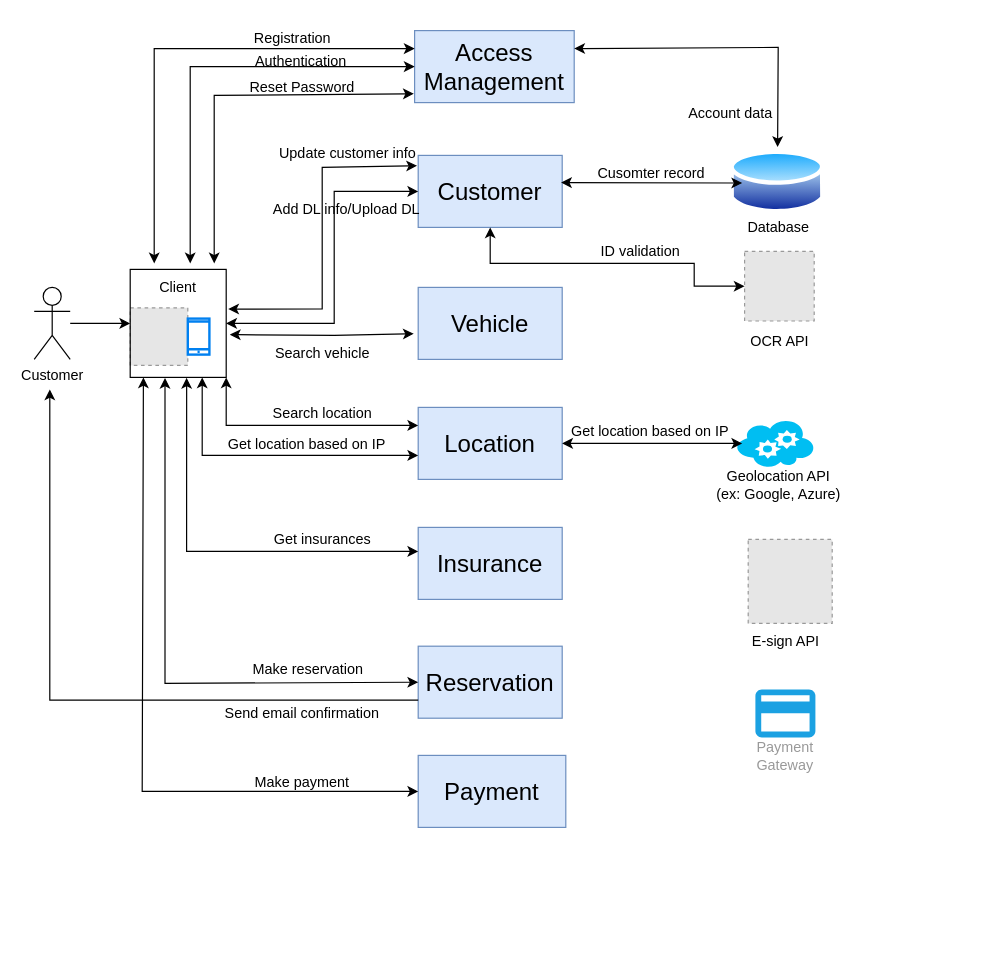
The draw.io diagram page "Microservices diagram" (5 of 5) of OnlineCarReservaction.drawio in nguyenha1311/ha-diagrams, before the edit. Source tidied: cells renumbered, new cells numbered last; positions are measured from the earlier drawing's top-left corner, leaving out a move shared by most shapes. Both pictures are drawn from the tidied source at 120%, with x=0, y=0 at pixel (34, 20). Pictures stored in the file or linked from it are replaced by grey dashed boxes.
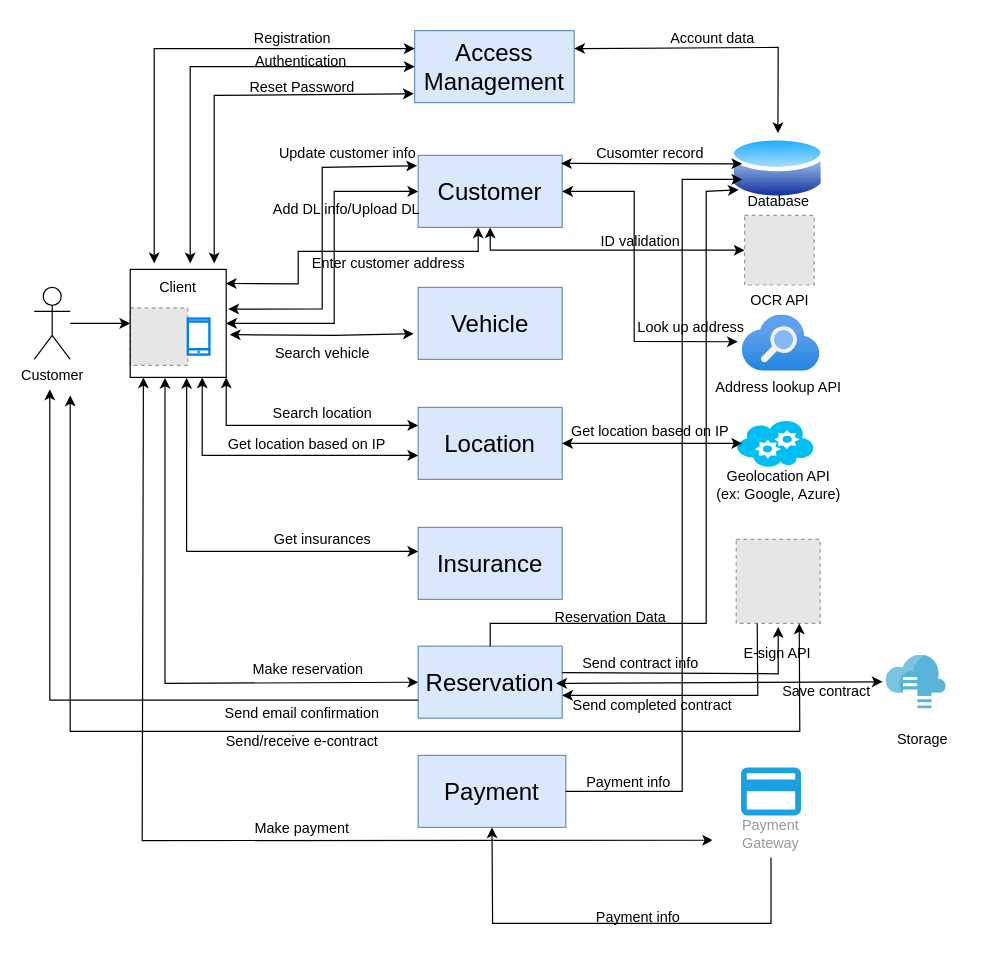
After the change.

Unchanged cells that the change refers to:
```xml
<mxCell id="2" value="&lt;font style=&quot;font-size: 20px;&quot;&gt;Customer&lt;/font&gt;" style="rounded=0;whiteSpace=wrap;html=1;fillColor=#dae8fc;strokeColor=#6c8ebf;" parent="1" vertex="1">
  <mxGeometry x="320" y="112" width="120" height="60" as="geometry" />
</mxCell>
<mxCell id="6" value="&lt;font style=&quot;font-size: 20px;&quot;&gt;Reservation&lt;/font&gt;" style="rounded=0;whiteSpace=wrap;html=1;fillColor=#dae8fc;strokeColor=#6c8ebf;" parent="1" vertex="1">
  <mxGeometry x="320" y="521" width="120" height="60" as="geometry" />
</mxCell>
<mxCell id="8" value="&lt;font style=&quot;font-size: 20px;&quot;&gt;Payment&lt;/font&gt;" style="rounded=0;whiteSpace=wrap;html=1;fillColor=#dae8fc;strokeColor=#6c8ebf;" parent="1" vertex="1">
  <mxGeometry x="320" y="612" width="123" height="60" as="geometry" />
</mxCell>
<mxCell id="13" style="rounded=0;whiteSpace=wrap;html=1;labelBackgroundColor=#FFFFFF;strokeColor=default;fillColor=none;" parent="10" vertex="1">
  <mxGeometry width="80" height="90" as="geometry" />
</mxCell>
```

What changed in the source:
```diff
@@
+    <mxCell id="28" style="endArrow=classic;startArrow=classic;html=1;rounded=0;labelBackgroundColor=#FFCC99;elbow=vertical;entryX=0;entryY=0.5;entryDx=0;entryDy=0;exitX=1;exitY=0.5;exitDx=0;exitDy=0;" parent="1" edge="1" source="13" target="2">
+      <mxGeometry relative="1" as="geometry">
+        <Array as="points">
+          <mxPoint x="250" y="252" />
+          <mxPoint x="250" y="192" />
+          <mxPoint x="250" y="142" />
+        </Array>
+      </mxGeometry>
+    </mxCell>
+    <mxCell id="26" style="endArrow=classic;startArrow=classic;html=1;rounded=0;labelBackgroundColor=#FFCC99;elbow=vertical;entryX=-0.008;entryY=0.144;entryDx=0;entryDy=0;exitX=1.021;exitY=0.367;exitDx=0;exitDy=0;exitPerimeter=0;entryPerimeter=0;" parent="1" edge="1" source="13" target="2">
+      <mxGeometry relative="1" as="geometry">
+        <Array as="points">
+          <mxPoint x="240" y="240" />
+          <mxPoint x="240" y="122" />
+        </Array>
+      </mxGeometry>
+    </mxCell>
+    <mxCell id="58" style="endArrow=classic;startArrow=classic;html=1;rounded=0;labelBackgroundColor=#FFCC99;elbow=vertical;exitX=0.996;exitY=0.13;exitDx=0;exitDy=0;exitPerimeter=0;" parent="1" edge="1" source="13">
+      <mxGeometry relative="1" as="geometry">
+        <mxPoint x="370" y="172" as="targetPoint" />
+        <Array as="points">
+          <mxPoint x="220" y="219" />
+          <mxPoint x="220" y="192" />
+          <mxPoint x="370" y="192" />
+        </Array>
+      </mxGeometry>
+    </mxCell>
@@
     <mxCell id="22" style="perimeter=ellipsePerimeter;html=1;align=center;shadow=0;dashed=0;spacingTop=3;image;image=img/lib/active_directory/database.svg;labelBackgroundColor=#FFFFFF;strokeColor=default;fillColor=none;" parent="1" vertex="1">
-      <mxGeometry x="580" y="105" width="79" height="58.5" as="geometry" />
+      <mxGeometry x="580" y="93.5" width="79.5" height="58.9" as="geometry" />
     </mxCell>
     <mxCell id="23" value="Database" style="text;html=1;align=center;verticalAlign=middle;points=[];strokeColor=none;fillColor=none;" parent="1" vertex="1">
-      <mxGeometry x="585" y="157" width="70" height="30" as="geometry" />
+      <mxGeometry x="585" y="136" width="70" height="30" as="geometry" />
     </mxCell>
@@
     <mxCell id="25" value="Account data" style="text;html=1;align=center;verticalAlign=middle;strokeColor=none;fillColor=none;" parent="1" vertex="1">
-      <mxGeometry x="535" y="62" width="90" height="30" as="geometry" />
+      <mxGeometry x="520" width="90" height="30" as="geometry" />
     </mxCell>
-    <mxCell id="26" style="endArrow=classic;startArrow=classic;html=1;rounded=0;labelBackgroundColor=#FFCC99;elbow=vertical;entryX=-0.008;entryY=0.144;entryDx=0;entryDy=0;exitX=1.021;exitY=0.367;exitDx=0;exitDy=0;exitPerimeter=0;entryPerimeter=0;" parent="1" edge="1" source="13" target="2">
-      <mxGeometry relative="1" as="geometry">
-        <Array as="points">
-          <mxPoint x="240" y="240" />
-          <mxPoint x="240" y="122" />
-        </Array>
-      </mxGeometry>
-    </mxCell>
@@
-    <mxCell id="28" style="endArrow=classic;startArrow=classic;html=1;rounded=0;labelBackgroundColor=#FFCC99;elbow=vertical;entryX=0;entryY=0.5;entryDx=0;entryDy=0;exitX=1;exitY=0.5;exitDx=0;exitDy=0;" parent="1" edge="1" source="13" target="2">
-      <mxGeometry relative="1" as="geometry">
-        <Array as="points">
-          <mxPoint x="250" y="252" />
-          <mxPoint x="250" y="192" />
-          <mxPoint x="250" y="142" />
-        </Array>
-      </mxGeometry>
-    </mxCell>
@@
     <mxCell id="32" value="Cusomter record" style="text;html=1;align=center;verticalAlign=middle;strokeColor=none;fillColor=none;" parent="1" vertex="1">
-      <mxGeometry x="459" y="112" width="110" height="30" as="geometry" />
+      <mxGeometry x="458" y="96" width="110" height="30" as="geometry" />
     </mxCell>
@@
-    <mxCell id="45" style="endArrow=classic;startArrow=classic;html=1;rounded=0;labelBackgroundColor=#FFCC99;elbow=vertical;entryX=0;entryY=0.5;entryDx=0;entryDy=0;exitX=0.588;exitY=1.004;exitDx=0;exitDy=0;exitPerimeter=0;" parent="1" edge="1" target="8">
+    <mxCell id="45" style="endArrow=classic;startArrow=classic;html=1;rounded=0;labelBackgroundColor=#FFCC99;elbow=vertical;entryX=0.017;entryY=0.841;entryDx=0;entryDy=0;exitX=0.588;exitY=1.004;exitDx=0;exitDy=0;exitPerimeter=0;entryPerimeter=0;" parent="1" edge="1" target="49">
       <mxGeometry relative="1" as="geometry">
         <mxPoint x="91" y="297" as="sourcePoint" />
         <Array as="points">
-          <mxPoint x="90" y="642" />
+          <mxPoint x="90" y="683" />
         </Array>
       </mxGeometry>
     </mxCell>
     <mxCell id="46" value="Make payment" style="text;html=1;align=center;verticalAlign=middle;strokeColor=none;fillColor=none;" parent="1" vertex="1">
-      <mxGeometry x="173" y="620" width="100" height="30" as="geometry" />
+      <mxGeometry x="173" y="658" width="100" height="30" as="geometry" />
     </mxCell>
@@
     <mxCell id="49" value="Payment Gateway" style="strokeColor=none;shadow=1;strokeWidth=1;rounded=1;absoluteArcSize=1;arcSize=2;labelPosition=center;verticalLabelPosition=middle;align=center;verticalAlign=bottom;spacingLeft=0;fontColor=#999999;fontSize=12;whiteSpace=wrap;spacingBottom=2;labelBackgroundColor=#FFFFFF;fillColor=none;" parent="1" vertex="1">
-      <mxGeometry x="576" y="542" width="100" height="90" as="geometry" />
+      <mxGeometry x="564" y="607" width="100" height="90" as="geometry" />
     </mxCell>
@@
     <mxCell id="51" value="E-sign API" style="text;html=1;align=center;verticalAlign=middle;strokeColor=none;fillColor=none;" parent="1" vertex="1">
-      <mxGeometry x="586" y="502" width="80" height="30" as="geometry" />
+      <mxGeometry x="579" y="512" width="80" height="30" as="geometry" />
     </mxCell>
     <mxCell id="52" style="fillColor=#E6E6E6;strokeColor=#999999;dashed=1;verticalLabelPosition=bottom;labelBackgroundColor=default;verticalAlign=top;" parent="1" vertex="1">
-      <mxGeometry x="592" y="192" width="58" height="58" as="geometry" />
+      <mxGeometry x="592" y="162" width="58" height="58" as="geometry" />
     </mxCell>
     <mxCell id="53" style="fillColor=#E6E6E6;strokeColor=#999999;dashed=1;verticalLabelPosition=bottom;labelBackgroundColor=default;verticalAlign=top;" parent="1" vertex="1">
-      <mxGeometry x="595" y="432" width="70" height="70" as="geometry" />
+      <mxGeometry x="585" y="432" width="70" height="70" as="geometry" />
     </mxCell>
     <mxCell id="54" value="OCR API" style="text;html=1;align=center;verticalAlign=middle;strokeColor=none;fillColor=none;" parent="1" vertex="1">
-      <mxGeometry x="586" y="252" width="70" height="30" as="geometry" />
+      <mxGeometry x="586" y="218" width="70" height="30" as="geometry" />
     </mxCell>
-    <mxCell id="55" style="endArrow=classic;startArrow=classic;html=1;rounded=0;labelBackgroundColor=#FFCC99;elbow=vertical;exitX=0.992;exitY=0.378;exitDx=0;exitDy=0;exitPerimeter=0;" parent="1" edge="1" source="2">
+    <mxCell id="55" style="endArrow=classic;startArrow=classic;html=1;rounded=0;labelBackgroundColor=#FFCC99;elbow=vertical;exitX=0.992;exitY=0.378;exitDx=0;exitDy=0;exitPerimeter=0;" parent="1" edge="1">
       <mxGeometry relative="1" as="geometry">
-        <mxPoint x="590" y="135" as="targetPoint" />
+        <mxPoint x="439" y="118.7" as="sourcePoint" />
+        <mxPoint x="590" y="119" as="targetPoint" />
       </mxGeometry>
     </mxCell>
     <mxCell id="56" style="endArrow=classic;startArrow=classic;html=1;rounded=0;labelBackgroundColor=#FFCC99;elbow=vertical;entryX=0;entryY=0.5;entryDx=0;entryDy=0;exitX=0.5;exitY=1;exitDx=0;exitDy=0;" parent="1" edge="1" source="2" target="52">
       <mxGeometry relative="1" as="geometry">
         <Array as="points">
-          <mxPoint x="380" y="202" />
-          <mxPoint x="550" y="202" />
-          <mxPoint x="550" y="221" />
+          <mxPoint x="380" y="191" />
         </Array>
       </mxGeometry>
     </mxCell>
     <mxCell id="57" value="ID validation" style="text;html=1;align=center;verticalAlign=middle;strokeColor=none;fillColor=none;" parent="1" vertex="1">
-      <mxGeometry x="460" y="177" width="90" height="30" as="geometry" />
+      <mxGeometry x="460" y="169" width="90" height="30" as="geometry" />
     </mxCell>
+    <mxCell id="59" style="html=1;points=[];align=center;image;fontSize=12;image=img/lib/azure2/app_services/Search_Services.svg;labelBackgroundColor=#FFFFFF;strokeColor=default;fillColor=none;" parent="1" vertex="1">
+      <mxGeometry x="589.9" y="245" width="65.1" height="47" as="geometry" />
+    </mxCell>
+    <mxCell id="60" value="Address lookup API" style="text;html=1;align=center;verticalAlign=middle;strokeColor=none;fillColor=none;" parent="1" vertex="1">
+      <mxGeometry x="555" y="291" width="130" height="30" as="geometry" />
+    </mxCell>
+    <mxCell id="61" style="endArrow=classic;startArrow=classic;html=1;rounded=0;labelBackgroundColor=#FFCC99;elbow=vertical;exitX=1;exitY=0.5;exitDx=0;exitDy=0;entryX=-0.055;entryY=0.475;entryDx=0;entryDy=0;entryPerimeter=0;" parent="1" edge="1" source="2" target="59">
+      <mxGeometry relative="1" as="geometry">
+        <Array as="points">
+          <mxPoint x="500" y="142" />
+          <mxPoint x="500" y="267" />
+        </Array>
+      </mxGeometry>
+    </mxCell>
+    <mxCell id="62" value="Look up address" style="text;html=1;align=center;verticalAlign=middle;strokeColor=none;fillColor=none;" parent="1" vertex="1">
+      <mxGeometry x="491.5" y="241" width="110" height="30" as="geometry" />
+    </mxCell>
+    <mxCell id="63" value="Enter customer address" style="text;html=1;align=center;verticalAlign=middle;strokeColor=none;fillColor=none;" parent="1" vertex="1">
+      <mxGeometry x="220" y="187" width="150" height="30" as="geometry" />
+    </mxCell>
+    <mxCell id="64" style="endArrow=classic;startArrow=none;html=1;rounded=0;labelBackgroundColor=#FFCC99;elbow=vertical;exitX=1;exitY=0.5;exitDx=0;exitDy=0;startFill=0;" parent="1" edge="1" source="8">
+      <mxGeometry relative="1" as="geometry">
+        <mxPoint x="590" y="132" as="targetPoint" />
+        <Array as="points">
+          <mxPoint x="540" y="642" />
+          <mxPoint x="540" y="132" />
+        </Array>
+      </mxGeometry>
+    </mxCell>
+    <mxCell id="65" value="Payment info" style="text;html=1;align=center;verticalAlign=middle;strokeColor=none;fillColor=none;" parent="1" vertex="1">
+      <mxGeometry x="450" y="620" width="90" height="30" as="geometry" />
+    </mxCell>
+    <mxCell id="66" style="endArrow=none;startArrow=classic;html=1;rounded=0;labelBackgroundColor=#FFCC99;elbow=vertical;exitX=0.5;exitY=1;exitDx=0;exitDy=0;endFill=0;" parent="1" edge="1" source="8" target="49">
+      <mxGeometry relative="1" as="geometry">
+        <Array as="points">
+          <mxPoint x="382" y="752" />
+          <mxPoint x="614" y="752" />
+        </Array>
+      </mxGeometry>
+    </mxCell>
+    <mxCell id="67" style="edgeStyle=elbowEdgeStyle;rounded=0;orthogonalLoop=1;jettySize=auto;elbow=vertical;html=1;exitX=0;exitY=0.75;exitDx=0;exitDy=0;labelBackgroundColor=#FFCC99;startArrow=none;startFill=0;endArrow=none;endFill=0;" parent="1" edge="1" source="49" target="49">
+      <mxGeometry relative="1" as="geometry" />
+    </mxCell>
+    <mxCell id="68" value="Payment info" style="text;html=1;align=center;verticalAlign=middle;strokeColor=none;fillColor=none;" parent="1" vertex="1">
+      <mxGeometry x="458" y="732" width="90" height="30" as="geometry" />
+    </mxCell>
+    <mxCell id="69" style="endArrow=classic;html=1;rounded=0;labelBackgroundColor=#FFCC99;elbow=vertical;exitX=1;exitY=0.5;exitDx=0;exitDy=0;" parent="1" edge="1">
+      <mxGeometry relative="1" as="geometry">
+        <mxPoint x="440" y="543" as="sourcePoint" />
+        <mxPoint x="620" y="505" as="targetPoint" />
+        <Array as="points">
+          <mxPoint x="620" y="544" />
+        </Array>
+      </mxGeometry>
+    </mxCell>
+    <mxCell id="70" value="Send contract info" style="text;html=1;align=center;verticalAlign=middle;strokeColor=none;fillColor=none;" parent="1" vertex="1">
+      <mxGeometry x="445" y="521" width="120" height="30" as="geometry" />
+    </mxCell>
+    <mxCell id="71" style="endArrow=classic;html=1;rounded=0;labelBackgroundColor=#FFCC99;elbow=vertical;exitX=0.75;exitY=1;exitDx=0;exitDy=0;endFill=1;startArrow=classic;startFill=1;" parent="1" edge="1" source="53">
+      <mxGeometry relative="1" as="geometry">
+        <mxPoint x="30" y="312" as="targetPoint" />
+        <Array as="points">
+          <mxPoint x="638" y="592" />
+          <mxPoint x="30" y="592" />
+        </Array>
+      </mxGeometry>
+    </mxCell>
+    <mxCell id="72" value="Send/receive e-contract" style="text;html=1;align=center;verticalAlign=middle;strokeColor=none;fillColor=none;" parent="1" vertex="1">
+      <mxGeometry x="148" y="586" width="150" height="30" as="geometry" />
+    </mxCell>
+    <mxCell id="73" style="endArrow=none;html=1;rounded=0;labelBackgroundColor=#FFCC99;elbow=vertical;entryX=0.25;entryY=1;entryDx=0;entryDy=0;startArrow=classic;startFill=1;endFill=0;" parent="1" edge="1" target="53">
+      <mxGeometry relative="1" as="geometry">
+        <mxPoint x="440" y="562" as="sourcePoint" />
+        <Array as="points">
+          <mxPoint x="603" y="562" />
+        </Array>
+      </mxGeometry>
+    </mxCell>
+    <mxCell id="74" value="Send completed contract" style="text;html=1;align=center;verticalAlign=middle;points=[];strokeColor=none;fillColor=none;" parent="1" vertex="1">
+      <mxGeometry x="435" y="556" width="160" height="30" as="geometry" />
+    </mxCell>
+    <mxCell id="75" style="sketch=0;html=1;points=[];align=center;image;fontSize=12;image=img/lib/mscae/StorSimple.svg;labelBackgroundColor=#FFFFFF;strokeColor=default;fillColor=none;" parent="1" vertex="1">
+      <mxGeometry x="710" y="528.5" width="50" height="45" as="geometry" />
+    </mxCell>
+    <mxCell id="76" value="Storage" style="text;html=1;align=center;verticalAlign=middle;strokeColor=none;fillColor=none;" parent="1" vertex="1">
+      <mxGeometry x="705" y="584" width="70" height="30" as="geometry" />
+    </mxCell>
+    <mxCell id="77" style="endArrow=classic;html=1;rounded=0;labelBackgroundColor=#FFCC99;elbow=vertical;exitX=0.5;exitY=0;exitDx=0;exitDy=0;entryX=0.029;entryY=0.156;entryDx=0;entryDy=0;entryPerimeter=0;" parent="1" edge="1" source="6" target="23">
+      <mxGeometry relative="1" as="geometry">
+        <Array as="points">
+          <mxPoint x="380" y="502" />
+          <mxPoint x="560" y="502" />
+          <mxPoint x="560" y="162" />
+          <mxPoint x="560" y="142" />
+        </Array>
+      </mxGeometry>
+    </mxCell>
+    <mxCell id="78" value="Reservation Data" style="text;html=1;align=center;verticalAlign=middle;strokeColor=none;fillColor=none;" parent="1" vertex="1">
+      <mxGeometry x="420" y="482" width="120" height="30" as="geometry" />
+    </mxCell>
+    <mxCell id="79" style="endArrow=classic;startArrow=classic;html=1;rounded=0;labelBackgroundColor=#FFCC99;elbow=vertical;entryX=-0.06;entryY=0.493;entryDx=0;entryDy=0;entryPerimeter=0;exitX=0;exitY=-0.133;exitDx=0;exitDy=0;exitPerimeter=0;" parent="1" edge="1" source="74" target="75">
+      <mxGeometry relative="1" as="geometry" />
+    </mxCell>
+    <mxCell id="80" value="Save contract" style="text;html=1;align=center;verticalAlign=middle;strokeColor=none;fillColor=none;" parent="1" vertex="1">
+      <mxGeometry x="610" y="543.5" width="100" height="30" as="geometry" />
+    </mxCell>
```
